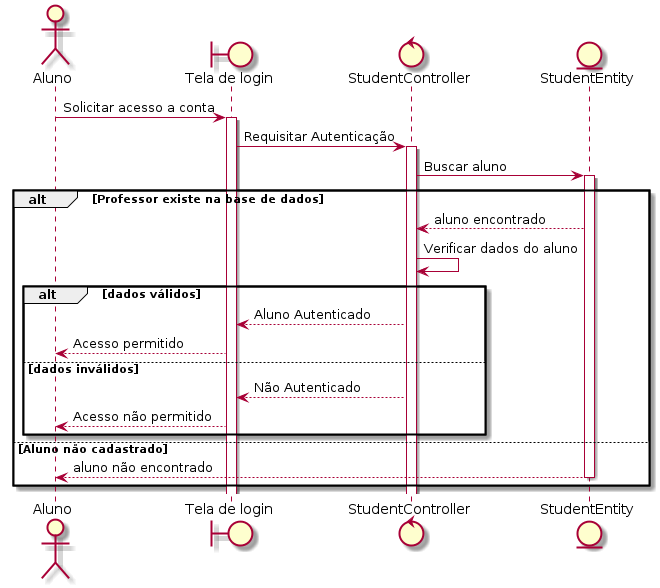
The PlantUML diagram out/sequence/student/student.login.seq/student.login.seq.png in rodrigoRolim/CAdiagrams, before a commit. Source of this version:
```plantuml
@startuml
actor Aluno
boundary "Tela de login" as login
control  StudentController
entity StudentEntity

Aluno -> login: Solicitar acesso a conta
activate login
login -> StudentController: Requisitar Autenticação
activate StudentController

StudentController -> StudentEntity: Buscar aluno
    activate StudentEntity
    alt Professor existe na base de dados

        StudentEntity --> StudentController: aluno encontrado
         StudentController -> StudentController: Verificar dados do aluno
        alt dados válidos
            StudentController --> login: Aluno Autenticado
            login --> Aluno: Acesso permitido
        else dados inválidos

            login <-- StudentController: Não Autenticado
            login --> Aluno: Acesso não permitido
        end

    else Aluno não cadastrado

        StudentEntity --> Aluno: aluno não encontrado
        deactivate StudentEntity
end

@enduml
```
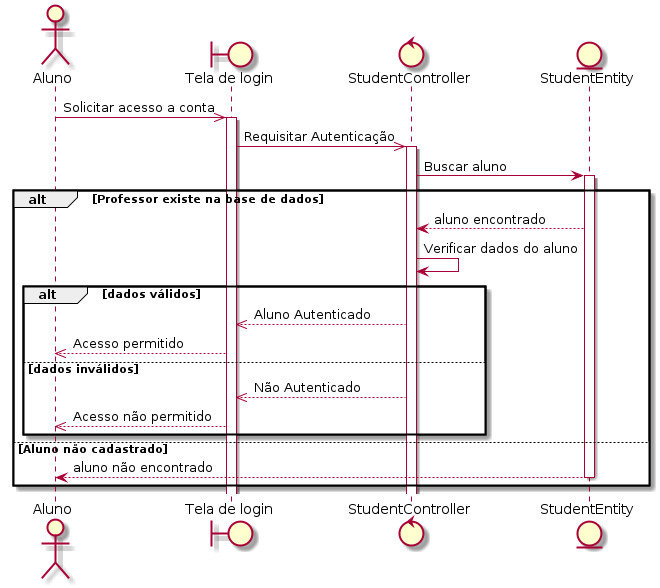
The same diagram one commit later.

Change to the diagram source:
```diff
@@ -4,9 +4,9 @@
 control  StudentController
 entity StudentEntity
 
-Aluno -> login: Solicitar acesso a conta
+Aluno ->> login: Solicitar acesso a conta
 activate login
-login -> StudentController: Requisitar Autenticação
+login ->> StudentController: Requisitar Autenticação
 activate StudentController
 
 StudentController -> StudentEntity: Buscar aluno
@@ -16,12 +16,12 @@
         StudentEntity --> StudentController: aluno encontrado
          StudentController -> StudentController: Verificar dados do aluno
         alt dados válidos
-            StudentController --> login: Aluno Autenticado
-            login --> Aluno: Acesso permitido
+            StudentController -->> login: Aluno Autenticado
+            login -->> Aluno: Acesso permitido
         else dados inválidos
 
-            login <-- StudentController: Não Autenticado
-            login --> Aluno: Acesso não permitido
+            login <<-- StudentController: Não Autenticado
+            login -->> Aluno: Acesso não permitido
         end
 
     else Aluno não cadastrado
```
